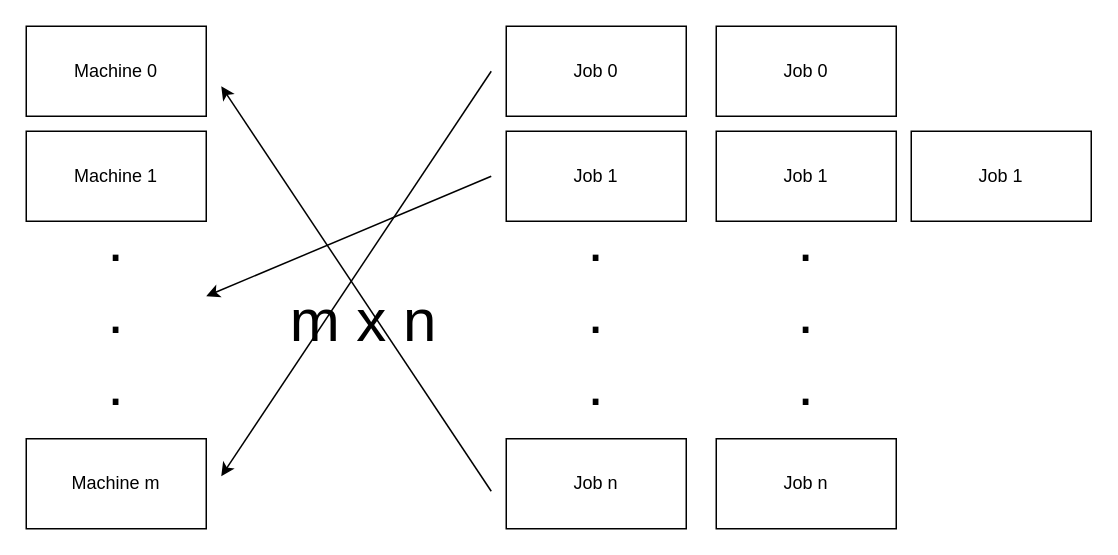
Huch0/draw-io keeps this draw.io diagram as jssp.drawio. Above is the earlier version. Source tidied: cells renumbered, new cells numbered last; positions are measured from the earlier drawing's top-left corner, leaving out a move shared by most shapes. Both pictures are drawn from the tidied source at 150%, with x=0, y=0 at pixel (26, 26).
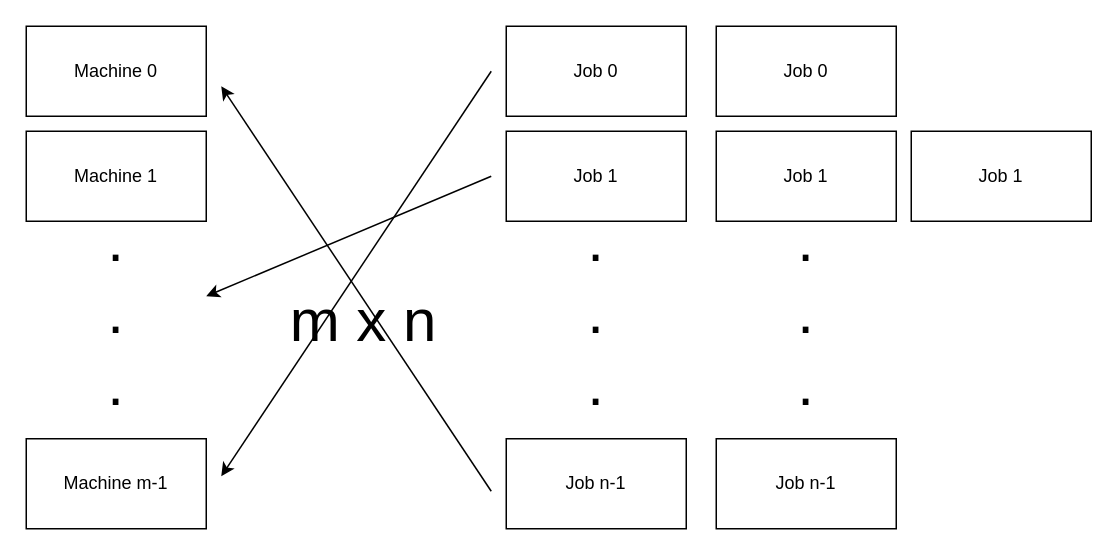
The same diagram, later.

The edit, as a diff of the source:
```diff
@@
-    <mxCell id="4" value="Machine m" style="rounded=0;whiteSpace=wrap;html=1;" parent="1" vertex="1">
+    <mxCell id="4" value="Machine m-1" style="rounded=0;whiteSpace=wrap;html=1;" parent="1" vertex="1">
       <mxGeometry y="275" width="120" height="60" as="geometry" />
     </mxCell>
@@
-    <mxCell id="8" value="Job n" style="rounded=0;whiteSpace=wrap;html=1;" parent="1" vertex="1">
+    <mxCell id="8" value="Job n-1" style="rounded=0;whiteSpace=wrap;html=1;" parent="1" vertex="1">
       <mxGeometry x="320" y="275" width="120" height="60" as="geometry" />
     </mxCell>
@@
-    <mxCell id="12" value="Job n" style="rounded=0;whiteSpace=wrap;html=1;" parent="1" vertex="1">
+    <mxCell id="12" value="Job n-1" style="rounded=0;whiteSpace=wrap;html=1;" parent="1" vertex="1">
       <mxGeometry x="460" y="275" width="120" height="60" as="geometry" />
     </mxCell>
```
